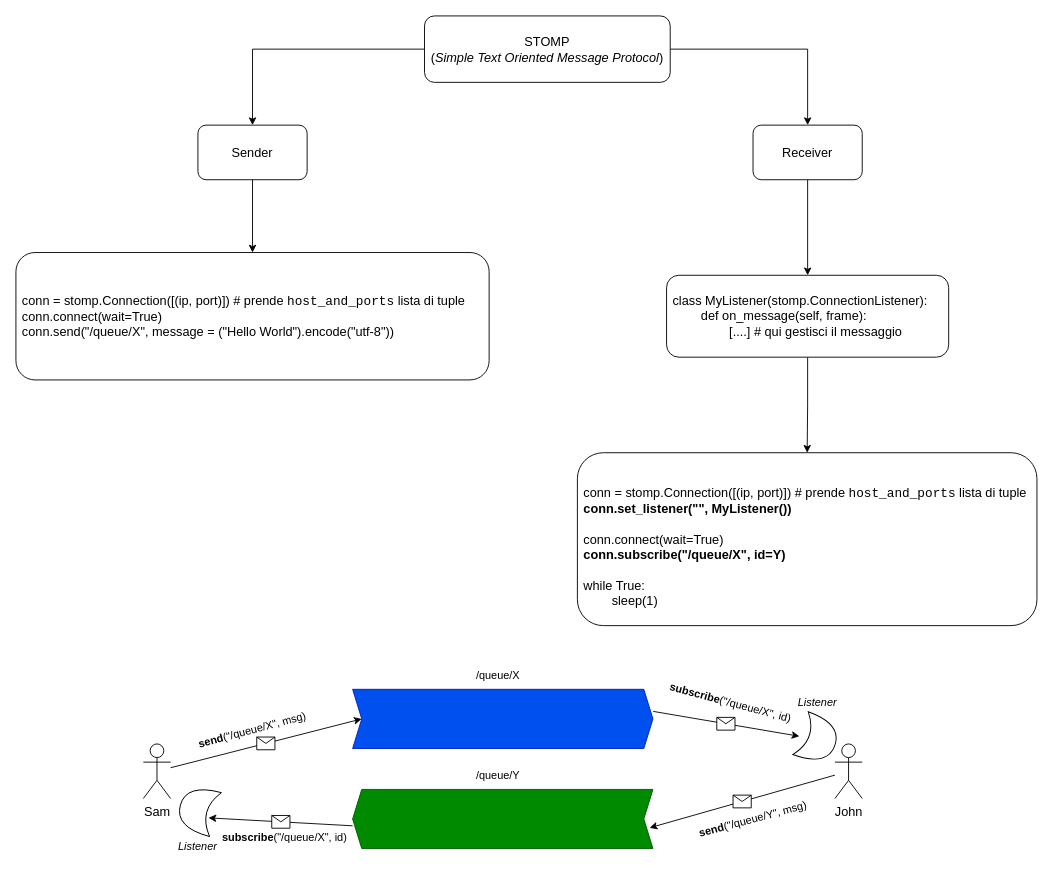
The draw.io diagram notebooks/03_middleware/python/stomp.drawio in angeloz-stack/advanced-computer-programming, before the edit. Source tidied: cells renumbered, new cells numbered last; positions are measured from the earlier drawing's top-left corner, leaving out a move shared by most shapes. Both pictures are drawn from the tidied source at 91%, with x=0, y=0 at pixel (15, 15).
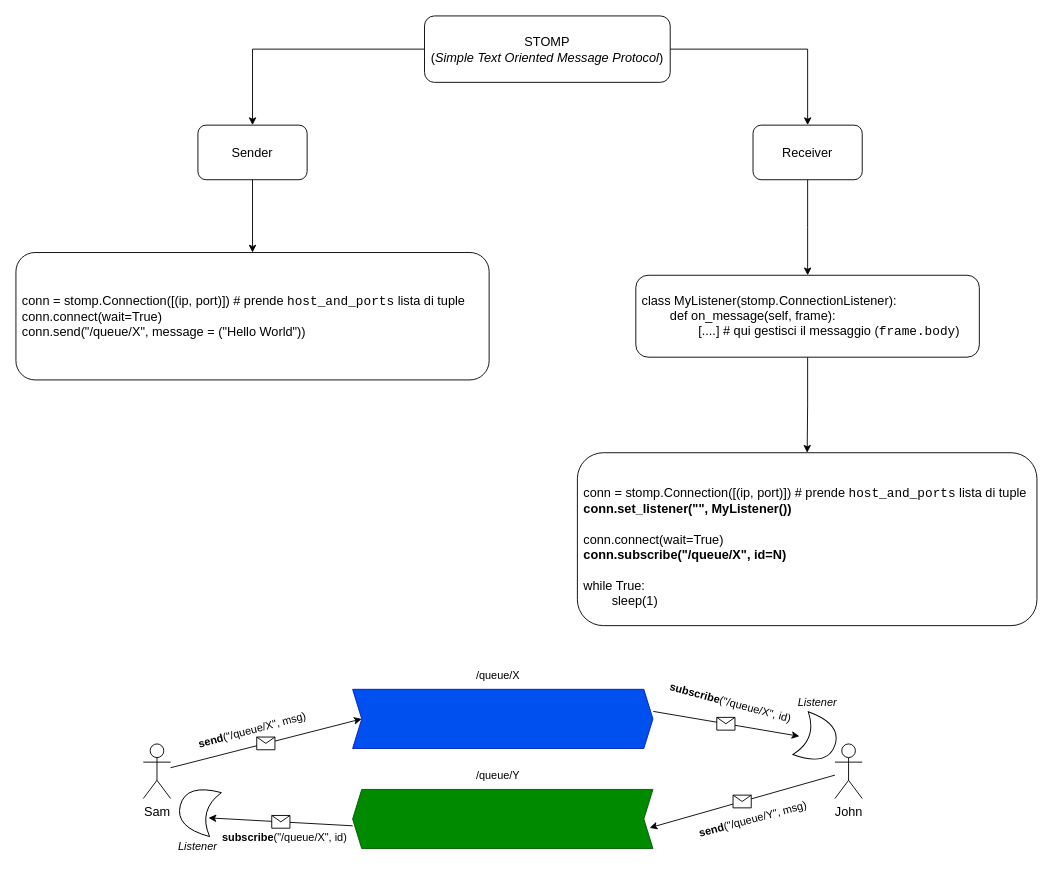
After the change.

The edit, as a diff of the source:
```diff
@@
-    <mxCell id="9" value="&lt;div&gt;conn = stomp.Connection([(ip, port)]) # prende &lt;font face=&quot;Courier New&quot;&gt;host_and_ports&lt;/font&gt; lista di tuple&lt;/div&gt;&lt;div&gt;conn.connect(wait=True)&lt;/div&gt;&lt;div&gt;conn.send(&quot;/queue/X&quot;, message = (&quot;Hello World&quot;).encode(&quot;utf-8&quot;))&lt;/div&gt;" style="rounded=1;whiteSpace=wrap;html=1;fontSize=14;align=left;spacingLeft=5;spacingRight=5;" parent="1" vertex="1">
+    <mxCell id="9" value="&lt;div&gt;conn = stomp.Connection([(ip, port)]) # prende &lt;font face=&quot;Courier New&quot;&gt;host_and_ports&lt;/font&gt; lista di tuple&lt;/div&gt;&lt;div&gt;conn.connect(wait=True)&lt;/div&gt;&lt;div&gt;conn.send(&quot;/queue/X&quot;, message = (&quot;Hello World&quot;))&lt;/div&gt;" style="rounded=1;whiteSpace=wrap;html=1;fontSize=14;align=left;spacingLeft=5;spacingRight=5;" parent="1" vertex="1">
       <mxGeometry y="260" width="520" height="140" as="geometry" />
     </mxCell>
-    <mxCell id="10" value="&lt;div&gt;&lt;br&gt;&lt;/div&gt;&lt;div&gt;conn = stomp.Connection([(ip, port)])&amp;nbsp;&lt;span style=&quot;background-color: transparent; color: light-dark(rgb(0, 0, 0), rgb(255, 255, 255));&quot;&gt;# prende&lt;/span&gt;&lt;span style=&quot;background-color: transparent; color: light-dark(rgb(0, 0, 0), rgb(255, 255, 255));&quot;&gt;&amp;nbsp;&lt;/span&gt;&lt;font face=&quot;Courier New&quot; style=&quot;background-color: transparent; color: light-dark(rgb(0, 0, 0), rgb(255, 255, 255));&quot;&gt;host_and_ports&lt;/font&gt;&lt;span style=&quot;background-color: transparent; color: light-dark(rgb(0, 0, 0), rgb(255, 255, 255));&quot;&gt;&amp;nbsp;&lt;/span&gt;&lt;span style=&quot;background-color: transparent; color: light-dark(rgb(0, 0, 0), rgb(255, 255, 255));&quot;&gt;lista di tuple&lt;/span&gt;&lt;/div&gt;&lt;div&gt;&lt;b&gt;conn.set_listener(&quot;&quot;, MyListener())&lt;/b&gt;&lt;/div&gt;&lt;div&gt;&lt;br&gt;&lt;/div&gt;&lt;div&gt;conn.connect(wait=True)&lt;/div&gt;&lt;div&gt;&lt;b&gt;conn.subscribe(&quot;/queue/X&quot;, id=Y)&lt;/b&gt;&lt;/div&gt;&lt;div&gt;&lt;br&gt;&lt;/div&gt;&lt;div&gt;while True:&lt;br&gt;&lt;span style=&quot;white-space: pre;&quot;&gt;&#9;&lt;/span&gt;sleep(1)&lt;/div&gt;" style="rounded=1;whiteSpace=wrap;html=1;fontSize=14;align=left;spacingLeft=5;spacingRight=5;spacing=2;" parent="1" vertex="1">
+    <mxCell id="10" value="&lt;div&gt;&lt;br&gt;&lt;/div&gt;&lt;div&gt;conn = stomp.Connection([(ip, port)])&amp;nbsp;&lt;span style=&quot;background-color: transparent; color: light-dark(rgb(0, 0, 0), rgb(255, 255, 255));&quot;&gt;# prende&lt;/span&gt;&lt;span style=&quot;background-color: transparent; color: light-dark(rgb(0, 0, 0), rgb(255, 255, 255));&quot;&gt;&amp;nbsp;&lt;/span&gt;&lt;font face=&quot;Courier New&quot; style=&quot;background-color: transparent; color: light-dark(rgb(0, 0, 0), rgb(255, 255, 255));&quot;&gt;host_and_ports&lt;/font&gt;&lt;span style=&quot;background-color: transparent; color: light-dark(rgb(0, 0, 0), rgb(255, 255, 255));&quot;&gt;&amp;nbsp;&lt;/span&gt;&lt;span style=&quot;background-color: transparent; color: light-dark(rgb(0, 0, 0), rgb(255, 255, 255));&quot;&gt;lista di tuple&lt;/span&gt;&lt;/div&gt;&lt;div&gt;&lt;b&gt;conn.set_listener(&quot;&quot;, MyListener())&lt;/b&gt;&lt;/div&gt;&lt;div&gt;&lt;br&gt;&lt;/div&gt;&lt;div&gt;conn.connect(wait=True)&lt;/div&gt;&lt;div&gt;&lt;b&gt;conn.subscribe(&quot;/queue/X&quot;, id=N)&lt;/b&gt;&lt;/div&gt;&lt;div&gt;&lt;br&gt;&lt;/div&gt;&lt;div&gt;while True:&lt;br&gt;&lt;span style=&quot;white-space: pre;&quot;&gt;&#9;&lt;/span&gt;sleep(1)&lt;/div&gt;" style="rounded=1;whiteSpace=wrap;html=1;fontSize=14;align=left;spacingLeft=5;spacingRight=5;spacing=2;" parent="1" vertex="1">
       <mxGeometry x="617" y="480" width="505" height="190" as="geometry" />
     </mxCell>
@@
-    <mxCell id="12" value="&lt;div&gt;class MyListener(stomp.ConnectionListener):&lt;/div&gt;&lt;div&gt;&lt;span style=&quot;white-space: pre;&quot;&gt;&#9;&lt;/span&gt;def on_message(self, frame):&lt;/div&gt;&lt;div&gt;&lt;span style=&quot;white-space: pre;&quot;&gt;&#9;&lt;/span&gt;&lt;span style=&quot;white-space: pre;&quot;&gt;&#9;&lt;/span&gt;[....] # qui gestisci il messaggio&lt;/div&gt;" style="rounded=1;whiteSpace=wrap;html=1;fontSize=14;align=left;spacingLeft=5;spacingRight=5;" parent="1" vertex="1">
-      <mxGeometry x="715" y="285" width="310" height="90" as="geometry" />
+    <mxCell id="12" value="&lt;div&gt;class MyListener(stomp.ConnectionListener):&lt;/div&gt;&lt;div&gt;&lt;span style=&quot;white-space: pre;&quot;&gt;&#9;&lt;/span&gt;def on_message(self, frame):&lt;/div&gt;&lt;div&gt;&lt;span style=&quot;white-space: pre;&quot;&gt;&#9;&lt;/span&gt;&lt;span style=&quot;white-space: pre;&quot;&gt;&#9;&lt;/span&gt;[....] # qui gestisci il messaggio (&lt;font face=&quot;Courier New&quot;&gt;frame.body&lt;/font&gt;)&lt;/div&gt;" style="rounded=1;whiteSpace=wrap;html=1;fontSize=14;align=left;spacingLeft=5;spacingRight=5;" parent="1" vertex="1">
+      <mxGeometry x="681.2" y="285" width="377.5" height="90" as="geometry" />
     </mxCell>
```
